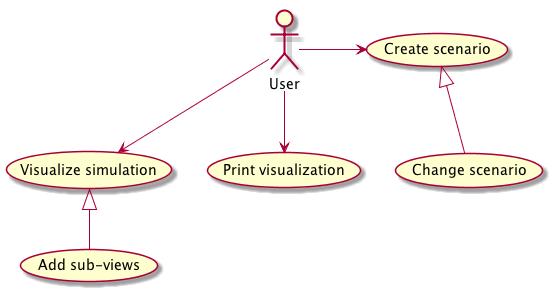
Earlier version of the PlantUML export docs/uml/png/usecases.png (kghose/groho).
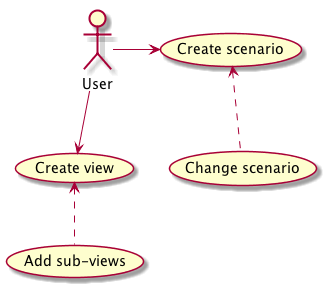
Later version of the same file.

Commit message:
Simplify use cases

The edit, as a diff of the source:
```diff
@@ -1,11 +1,9 @@
 @startuml usecases
 
 User -> (Create scenario)
-(Create scenario) <|-- (Change scenario)
+(Create scenario) <.. (Change scenario)
 
-User --> (Visualize simulation)
-(Visualize simulation) <|-- (Add sub-views)
-
-User --> (Print visualization)
+User --> (Create view)
+(Create view) <.. (Add sub-views)
 
 @enduml
```
